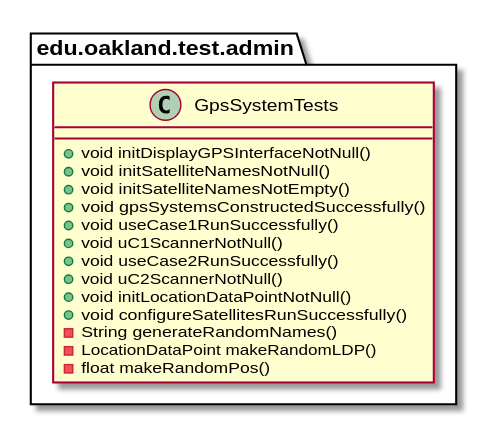
The PlantUML diagram docs/uml-class-diagrams/admin/test/GpsSystemTests/GpsSystemTests.svg in andrewdimmer/csi-3370-software-project, before a commit.
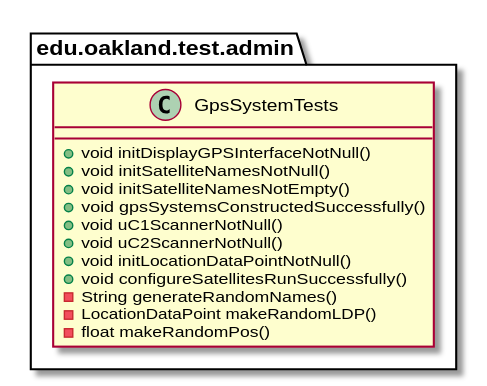
After the commit.

What changed in the source:
```diff
@@ -6,9 +6,7 @@
         + void initSatelliteNamesNotNull()
         + void initSatelliteNamesNotEmpty()
         + void gpsSystemsConstructedSuccessfully()
-        + void useCase1RunSuccessfully()
         + void uC1ScannerNotNull()
-        + void useCase2RunSuccessfully()
         + void uC2ScannerNotNull()
         + void initLocationDataPointNotNull()
         + void configureSatellitesRunSuccessfully()
```
